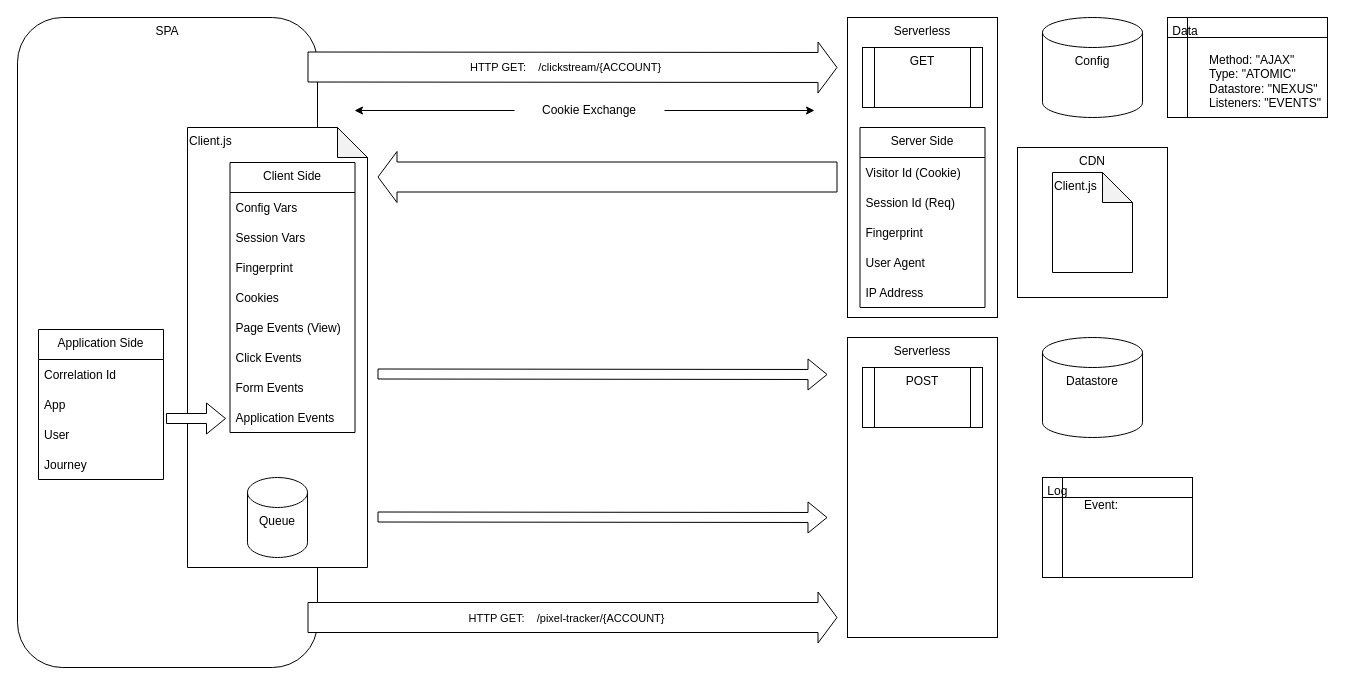
Earlier version of the draw.io diagram Clickstream.drawio (hikumealan/draw-io-diagrams). Source tidied: cells renumbered, new cells numbered last; positions are measured from the earlier drawing's top-left corner, leaving out a move shared by most shapes. Both pictures are drawn from the tidied source at 100%, with x=0, y=0 at pixel (17, 17).
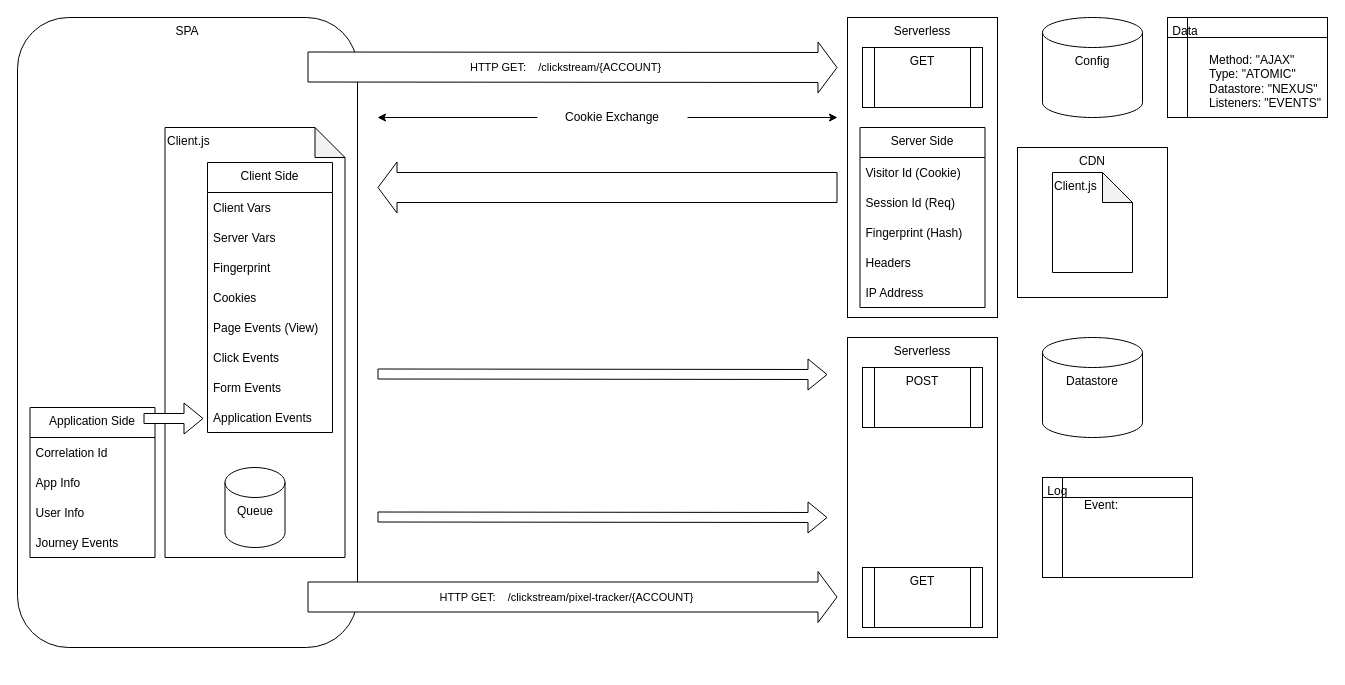
Above is the later version.

The change refers to these unchanged cells:
```xml
<mxCell id="16" value="Server Side" style="swimlane;fontStyle=0;horizontal=1;startSize=30;verticalAlign=top;" parent="1" vertex="1">
  <mxGeometry x="842.5" y="110" width="125" height="180" as="geometry" />
</mxCell>
```

Diff of the diagram source:
```diff
@@
     <mxCell id="2" value="SPA" style="rounded=1;whiteSpace=wrap;html=1;verticalAlign=top;" parent="1" vertex="1">
-      <mxGeometry width="300" height="650" as="geometry" />
+      <mxGeometry width="340" height="630" as="geometry" />
     </mxCell>
     <mxCell id="3" value="Client.js" style="shape=note;whiteSpace=wrap;html=1;backgroundOutline=1;darkOpacity=0.05;verticalAlign=top;align=left;" parent="1" vertex="1">
-      <mxGeometry x="170" y="110" width="180" height="440" as="geometry" />
+      <mxGeometry x="147.5" y="110" width="180" height="430" as="geometry" />
     </mxCell>
@@
     <mxCell id="5" style="shape=flexArrow;endArrow=classic;html=1;width=30;fillColor=default;" parent="1" edge="1">
       <mxGeometry relative="1" as="geometry">
-        <mxPoint x="820" y="159.5" as="sourcePoint" />
-        <mxPoint x="360" y="159.5" as="targetPoint" />
+        <mxPoint x="820" y="170" as="sourcePoint" />
+        <mxPoint x="360" y="170" as="targetPoint" />
       </mxGeometry>
     </mxCell>
@@
     <mxCell id="8" style="endArrow=classic;startArrow=none;html=1;" parent="1" edge="1" source="9">
       <mxGeometry relative="1" as="geometry">
-        <mxPoint x="797" y="93" as="targetPoint" />
+        <mxPoint x="820" y="100" as="targetPoint" />
       </mxGeometry>
     </mxCell>
     <mxCell id="9" value="Cookie Exchange" style="text;html=1;strokeColor=none;fillColor=none;align=center;verticalAlign=middle;whiteSpace=wrap;rounded=0;" parent="1" vertex="1">
-      <mxGeometry x="497" y="83" width="150" height="20" as="geometry" />
+      <mxGeometry x="520" y="90" width="150" height="20" as="geometry" />
     </mxCell>
     <mxCell id="10" style="endArrow=none;startArrow=classic;html=1;" parent="1" edge="1" target="9">
       <mxGeometry relative="1" as="geometry">
-        <mxPoint x="337" y="93" as="sourcePoint" />
+        <mxPoint x="360" y="100" as="sourcePoint" />
       </mxGeometry>
     </mxCell>
@@
-    <mxCell id="19" value="Fingerprint" style="text;strokeColor=none;fillColor=none;align=left;verticalAlign=middle;spacingLeft=4;spacingRight=4;overflow=hidden;" parent="16" vertex="1">
+    <mxCell id="19" value="Fingerprint (Hash)" style="text;strokeColor=none;fillColor=none;align=left;verticalAlign=middle;spacingLeft=4;spacingRight=4;overflow=hidden;" parent="16" vertex="1">
       <mxGeometry y="90" width="125" height="30" as="geometry" />
     </mxCell>
-    <mxCell id="20" value="User Agent" style="text;strokeColor=none;fillColor=none;align=left;verticalAlign=middle;spacingLeft=4;spacingRight=4;overflow=hidden;" parent="16" vertex="1">
+    <mxCell id="20" value="Headers" style="text;strokeColor=none;fillColor=none;align=left;verticalAlign=middle;spacingLeft=4;spacingRight=4;overflow=hidden;" parent="16" vertex="1">
       <mxGeometry y="120" width="125" height="30" as="geometry" />
     </mxCell>
@@
     <mxCell id="22" value="Client Side" style="swimlane;fontStyle=0;horizontal=1;startSize=30;verticalAlign=top;" parent="1" vertex="1">
-      <mxGeometry x="212.5" y="145" width="125" height="270" as="geometry" />
+      <mxGeometry x="190" y="145" width="125" height="270" as="geometry" />
     </mxCell>
-    <mxCell id="23" value="Config Vars" style="text;strokeColor=none;fillColor=none;align=left;verticalAlign=middle;spacingLeft=4;spacingRight=4;overflow=hidden;" parent="22" vertex="1">
+    <mxCell id="23" value="Client Vars" style="text;strokeColor=none;fillColor=none;align=left;verticalAlign=middle;spacingLeft=4;spacingRight=4;overflow=hidden;" parent="22" vertex="1">
       <mxGeometry y="30" width="125" height="30" as="geometry" />
     </mxCell>
-    <mxCell id="24" value="Session Vars" style="text;strokeColor=none;fillColor=none;align=left;verticalAlign=middle;spacingLeft=4;spacingRight=4;overflow=hidden;" parent="22" vertex="1">
+    <mxCell id="24" value="Server Vars" style="text;strokeColor=none;fillColor=none;align=left;verticalAlign=middle;spacingLeft=4;spacingRight=4;overflow=hidden;" parent="22" vertex="1">
       <mxGeometry y="60" width="125" height="30" as="geometry" />
     </mxCell>
@@
     <mxCell id="31" value="Application Side" style="swimlane;fontStyle=0;horizontal=1;startSize=30;verticalAlign=top;" parent="1" vertex="1">
-      <mxGeometry x="21" y="312" width="125" height="150" as="geometry" />
+      <mxGeometry x="12.5" y="390" width="125" height="150" as="geometry" />
     </mxCell>
@@
-    <mxCell id="33" value="App" style="text;strokeColor=none;fillColor=none;align=left;verticalAlign=middle;spacingLeft=4;spacingRight=4;overflow=hidden;" parent="31" vertex="1">
+    <mxCell id="33" value="App Info" style="text;strokeColor=none;fillColor=none;align=left;verticalAlign=middle;spacingLeft=4;spacingRight=4;overflow=hidden;" parent="31" vertex="1">
       <mxGeometry y="60" width="125" height="30" as="geometry" />
     </mxCell>
-    <mxCell id="34" value="User" style="text;strokeColor=none;fillColor=none;align=left;verticalAlign=middle;spacingLeft=4;spacingRight=4;overflow=hidden;" parent="31" vertex="1">
+    <mxCell id="34" value="User Info" style="text;strokeColor=none;fillColor=none;align=left;verticalAlign=middle;spacingLeft=4;spacingRight=4;overflow=hidden;" parent="31" vertex="1">
       <mxGeometry y="90" width="125" height="30" as="geometry" />
     </mxCell>
-    <mxCell id="35" value="Journey" style="text;strokeColor=none;fillColor=none;align=left;verticalAlign=middle;spacingLeft=4;spacingRight=4;overflow=hidden;" parent="31" vertex="1">
+    <mxCell id="35" value="Journey Events" style="text;strokeColor=none;fillColor=none;align=left;verticalAlign=middle;spacingLeft=4;spacingRight=4;overflow=hidden;" parent="31" vertex="1">
       <mxGeometry y="120" width="125" height="30" as="geometry" />
     </mxCell>
@@
     <mxCell id="37" style="shape=flexArrow;endArrow=classic;html=1;fillColor=default;" parent="1" edge="1">
       <mxGeometry relative="1" as="geometry">
-        <mxPoint x="148.5" y="401" as="sourcePoint" />
-        <mxPoint x="208.5" y="401" as="targetPoint" />
+        <mxPoint x="126" y="401" as="sourcePoint" />
+        <mxPoint x="186" y="401" as="targetPoint" />
       </mxGeometry>
     </mxCell>
@@
     <mxCell id="40" value="Queue" style="shape=cylinder3;whiteSpace=wrap;html=1;boundedLbl=1;backgroundOutline=1;size=15;verticalAlign=top;" parent="1" vertex="1">
-      <mxGeometry x="230" y="460" width="60" height="80" as="geometry" />
+      <mxGeometry x="207.5" y="450" width="60" height="80" as="geometry" />
     </mxCell>
     <mxCell id="41" style="shape=flexArrow;endArrow=classic;html=1;width=30;fillColor=default;" parent="1" edge="1">
       <mxGeometry relative="1" as="geometry">
-        <mxPoint x="290" y="600" as="sourcePoint" />
-        <mxPoint x="820" y="600" as="targetPoint" />
+        <mxPoint x="290" y="579.5" as="sourcePoint" />
+        <mxPoint x="820" y="579.5" as="targetPoint" />
       </mxGeometry>
     </mxCell>
-    <mxCell id="42" value="HTTP GET:&amp;nbsp; &amp;nbsp; /pixel-tracker/{ACCOUNT}" style="edgeLabel;html=1;align=center;verticalAlign=middle;" parent="41" vertex="1">
+    <mxCell id="42" value="HTTP GET:&amp;nbsp; &amp;nbsp; /clickstream/pixel-tracker/{ACCOUNT}" style="edgeLabel;html=1;align=center;verticalAlign=middle;" parent="41" vertex="1">
       <mxGeometry x="0.08" y="-2" relative="1" as="geometry">
         <mxPoint x="-28" y="-2" as="offset" />
       </mxGeometry>
     </mxCell>
@@
+    <mxCell id="46" value="GET" style="shape=process;whiteSpace=wrap;html=1;backgroundOutline=1;verticalAlign=top;" parent="1" vertex="1">
+      <mxGeometry x="845" y="550" width="120" height="60" as="geometry" />
+    </mxCell>
```
